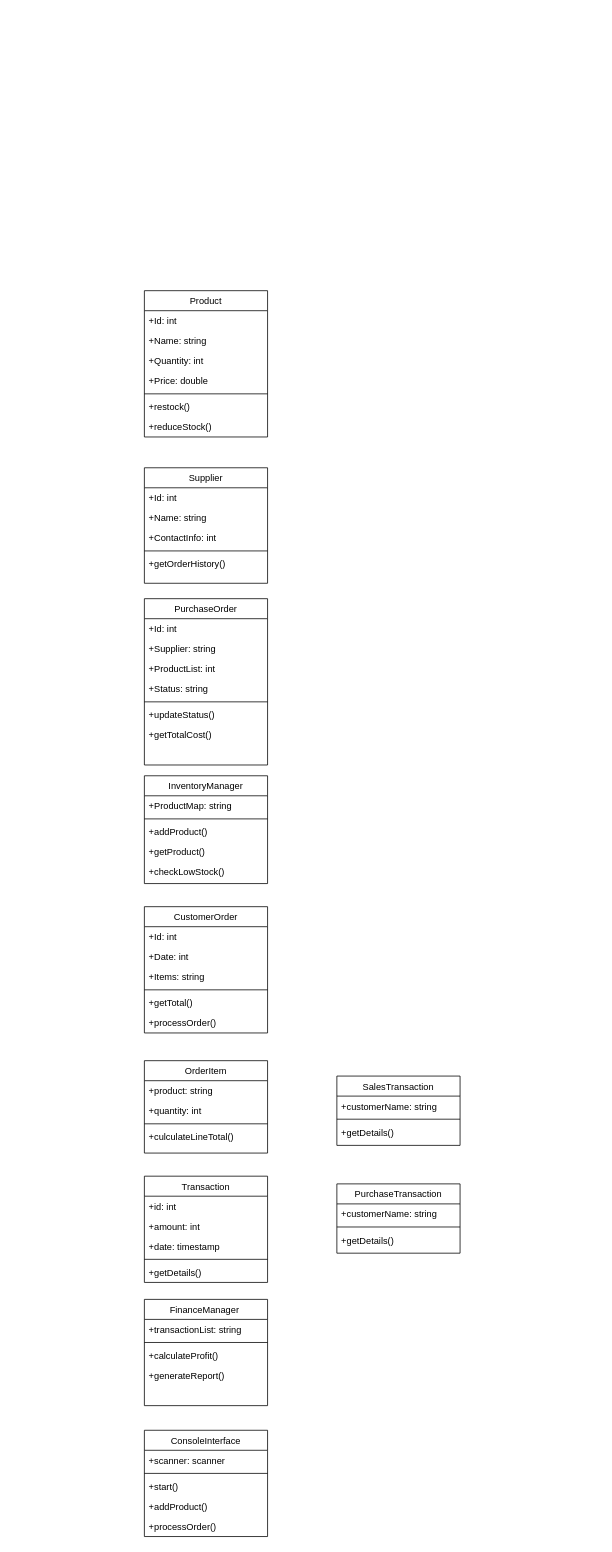
Before: UML Class Diagram.drawio in Elizabeth1420/object-oriented, a draw.io diagram. Source tidied: cells renumbered, new cells numbered last; positions are measured from the earlier drawing's top-left corner, leaving out a move shared by most shapes. Both pictures are drawn from the tidied source at 77%, with x=0, y=0 at pixel (144, 290).
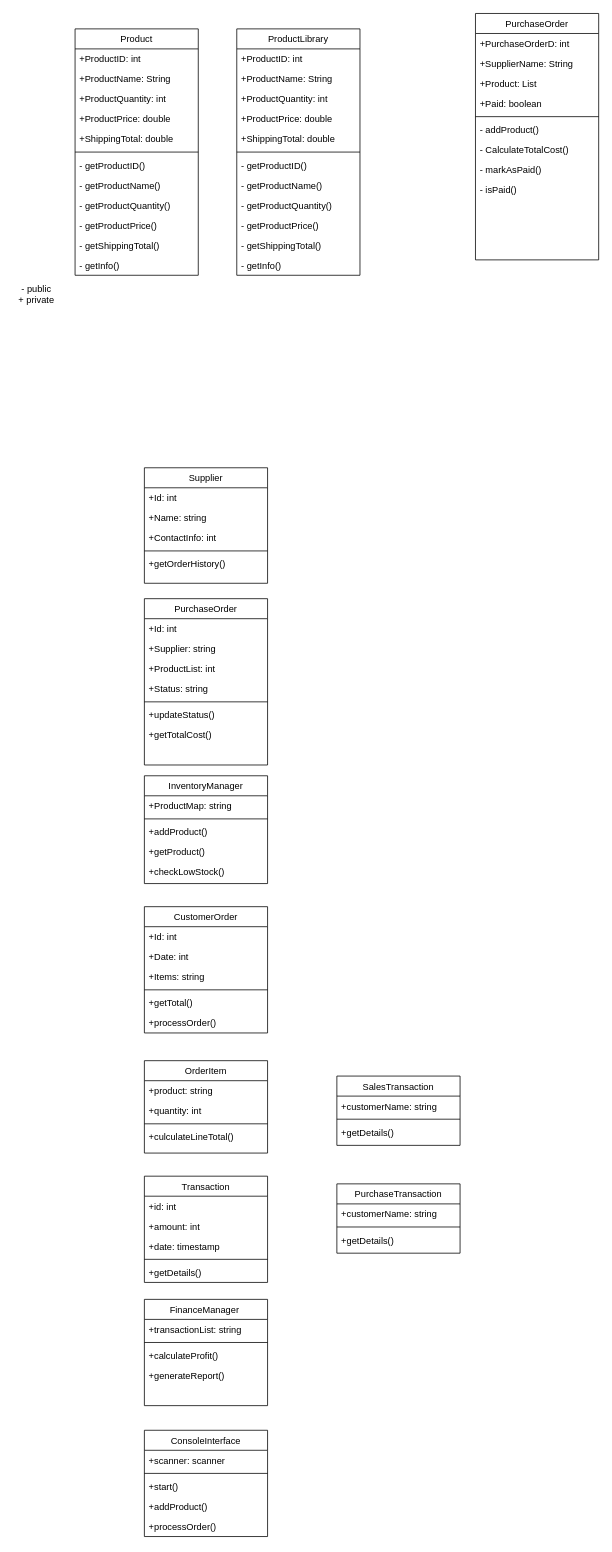
The same diagram, later.

The edit, as a diff of the source:
```diff
@@
     <mxCell id="2" value="Product" style="swimlane;fontStyle=0;align=center;verticalAlign=top;horizontal=1;startSize=26;rounded=0;shadow=0;strokeWidth=1;" parent="1" vertex="1">
-      <mxGeometry width="160" height="190" as="geometry" />
+      <mxGeometry x="-90" y="-340" width="160" height="320" as="geometry" />
     </mxCell>
-    <mxCell id="3" value="+Id: int" style="text;align=left;verticalAlign=top;spacingLeft=4;spacingRight=4;overflow=hidden;" parent="2" vertex="1">
+    <mxCell id="3" value="+ProductID: int" style="text;align=left;verticalAlign=top;spacingLeft=4;spacingRight=4;overflow=hidden;" parent="2" vertex="1">
       <mxGeometry y="26" width="160" height="26" as="geometry" />
     </mxCell>
-    <mxCell id="4" value="+Name: string" style="text;align=left;verticalAlign=top;spacingLeft=4;spacingRight=4;overflow=hidden;rounded=0;shadow=0;html=0;" parent="2" vertex="1">
+    <mxCell id="4" value="+ProductName: String" style="text;align=left;verticalAlign=top;spacingLeft=4;spacingRight=4;overflow=hidden;rounded=0;shadow=0;html=0;" parent="2" vertex="1">
       <mxGeometry y="52" width="160" height="26" as="geometry" />
     </mxCell>
-    <mxCell id="5" value="+Quantity: int&#10;" style="text;align=left;verticalAlign=top;spacingLeft=4;spacingRight=4;overflow=hidden;rounded=0;shadow=0;html=0;" parent="2" vertex="1">
+    <mxCell id="5" value="+ProductQuantity: int&#10;" style="text;align=left;verticalAlign=top;spacingLeft=4;spacingRight=4;overflow=hidden;rounded=0;shadow=0;html=0;" parent="2" vertex="1">
       <mxGeometry y="78" width="160" height="26" as="geometry" />
     </mxCell>
+    <mxCell id="67" value="+ProductPrice: double&#10;" style="text;align=left;verticalAlign=top;spacingLeft=4;spacingRight=4;overflow=hidden;rounded=0;shadow=0;html=0;" parent="2" vertex="1">
+      <mxGeometry y="104" width="160" height="26" as="geometry" />
+    </mxCell>
-    <mxCell id="6" value="+Price: double&#10;" style="text;align=left;verticalAlign=top;spacingLeft=4;spacingRight=4;overflow=hidden;rounded=0;shadow=0;html=0;" parent="2" vertex="1">
-      <mxGeometry y="104" width="160" height="26" as="geometry" />
+    <mxCell id="6" value="+ShippingTotal: double&#10;" style="text;align=left;verticalAlign=top;spacingLeft=4;spacingRight=4;overflow=hidden;rounded=0;shadow=0;html=0;" parent="2" vertex="1">
+      <mxGeometry y="130" width="160" height="26" as="geometry" />
     </mxCell>
     <mxCell id="7" style="line;html=1;strokeWidth=1;align=left;verticalAlign=middle;spacingTop=-1;spacingLeft=3;spacingRight=3;labelPosition=right;" parent="2" vertex="1">
-      <mxGeometry y="130" width="160" height="8" as="geometry" />
+      <mxGeometry y="156" width="160" height="8" as="geometry" />
     </mxCell>
-    <mxCell id="8" value="+restock()&#10;" style="text;align=left;verticalAlign=top;spacingLeft=4;spacingRight=4;overflow=hidden;" parent="2" vertex="1">
-      <mxGeometry y="138" width="160" height="26" as="geometry" />
+    <mxCell id="8" value="- getProductID()&#10;" style="text;align=left;verticalAlign=top;spacingLeft=4;spacingRight=4;overflow=hidden;" parent="2" vertex="1">
+      <mxGeometry y="164" width="160" height="26" as="geometry" />
     </mxCell>
+    <mxCell id="68" value="- getProductName()&#10;" style="text;align=left;verticalAlign=top;spacingLeft=4;spacingRight=4;overflow=hidden;" parent="2" vertex="1">
+      <mxGeometry y="190" width="160" height="26" as="geometry" />
+    </mxCell>
+    <mxCell id="69" value="- getProductQuantity()&#10;" style="text;align=left;verticalAlign=top;spacingLeft=4;spacingRight=4;overflow=hidden;" parent="2" vertex="1">
+      <mxGeometry y="216" width="160" height="26" as="geometry" />
+    </mxCell>
+    <mxCell id="70" value="- getProductPrice()&#10;" style="text;align=left;verticalAlign=top;spacingLeft=4;spacingRight=4;overflow=hidden;" parent="2" vertex="1">
+      <mxGeometry y="242" width="160" height="26" as="geometry" />
+    </mxCell>
+    <mxCell id="71" value="- getShippingTotal()&#10;" style="text;align=left;verticalAlign=top;spacingLeft=4;spacingRight=4;overflow=hidden;" parent="2" vertex="1">
+      <mxGeometry y="268" width="160" height="26" as="geometry" />
+    </mxCell>
-    <mxCell id="9" value="+reduceStock()&#10;" style="text;align=left;verticalAlign=top;spacingLeft=4;spacingRight=4;overflow=hidden;" parent="2" vertex="1">
-      <mxGeometry y="164" width="160" height="26" as="geometry" />
+    <mxCell id="9" value="- getInfo()&#10;" style="text;align=left;verticalAlign=top;spacingLeft=4;spacingRight=4;overflow=hidden;" parent="2" vertex="1">
+      <mxGeometry y="294" width="160" height="26" as="geometry" />
     </mxCell>
@@
+    <mxCell id="72" value="- public&lt;div&gt;+ private&lt;/div&gt;" style="text;html=1;align=center;verticalAlign=middle;whiteSpace=wrap;rounded=0;" parent="1" vertex="1">
+      <mxGeometry x="-170" y="-10" width="60" height="30" as="geometry" />
+    </mxCell>
+    <mxCell id="73" value="PurchaseOrder" style="swimlane;fontStyle=0;align=center;verticalAlign=top;horizontal=1;startSize=26;rounded=0;shadow=0;strokeWidth=1;" parent="1" vertex="1">
+      <mxGeometry x="430" y="-360" width="160" height="320" as="geometry" />
+    </mxCell>
+    <mxCell id="74" value="+PurchaseOrderD: int" style="text;align=left;verticalAlign=top;spacingLeft=4;spacingRight=4;overflow=hidden;" parent="73" vertex="1">
+      <mxGeometry y="26" width="160" height="26" as="geometry" />
+    </mxCell>
+    <mxCell id="75" value="+SupplierName: String" style="text;align=left;verticalAlign=top;spacingLeft=4;spacingRight=4;overflow=hidden;rounded=0;shadow=0;html=0;" parent="73" vertex="1">
+      <mxGeometry y="52" width="160" height="26" as="geometry" />
+    </mxCell>
+    <mxCell id="76" value="+Product: List&#10;" style="text;align=left;verticalAlign=top;spacingLeft=4;spacingRight=4;overflow=hidden;rounded=0;shadow=0;html=0;" parent="73" vertex="1">
+      <mxGeometry y="78" width="160" height="26" as="geometry" />
+    </mxCell>
+    <mxCell id="77" value="+Paid: boolean&#10;" style="text;align=left;verticalAlign=top;spacingLeft=4;spacingRight=4;overflow=hidden;rounded=0;shadow=0;html=0;" parent="73" vertex="1">
+      <mxGeometry y="104" width="160" height="26" as="geometry" />
+    </mxCell>
+    <mxCell id="78" style="line;html=1;strokeWidth=1;align=left;verticalAlign=middle;spacingTop=-1;spacingLeft=3;spacingRight=3;labelPosition=right;" parent="73" vertex="1">
+      <mxGeometry y="130" width="160" height="8" as="geometry" />
+    </mxCell>
+    <mxCell id="79" value="- addProduct()&#10;" style="text;align=left;verticalAlign=top;spacingLeft=4;spacingRight=4;overflow=hidden;" parent="73" vertex="1">
+      <mxGeometry y="138" width="160" height="26" as="geometry" />
+    </mxCell>
+    <mxCell id="80" value="- CalculateTotalCost()&#10;" style="text;align=left;verticalAlign=top;spacingLeft=4;spacingRight=4;overflow=hidden;" parent="73" vertex="1">
+      <mxGeometry y="164" width="160" height="26" as="geometry" />
+    </mxCell>
+    <mxCell id="81" value="- markAsPaid()&#10;" style="text;align=left;verticalAlign=top;spacingLeft=4;spacingRight=4;overflow=hidden;" parent="73" vertex="1">
+      <mxGeometry y="190" width="160" height="26" as="geometry" />
+    </mxCell>
+    <mxCell id="82" value="- isPaid()&#10;" style="text;align=left;verticalAlign=top;spacingLeft=4;spacingRight=4;overflow=hidden;" parent="73" vertex="1">
+      <mxGeometry y="216" width="160" height="26" as="geometry" />
+    </mxCell>
+    <mxCell id="83" value="ProductLibrary" style="swimlane;fontStyle=0;align=center;verticalAlign=top;horizontal=1;startSize=26;rounded=0;shadow=0;strokeWidth=1;" parent="1" vertex="1">
+      <mxGeometry x="120" y="-340" width="160" height="320" as="geometry" />
+    </mxCell>
+    <mxCell id="84" value="+ProductID: int" style="text;align=left;verticalAlign=top;spacingLeft=4;spacingRight=4;overflow=hidden;" parent="83" vertex="1">
+      <mxGeometry y="26" width="160" height="26" as="geometry" />
+    </mxCell>
+    <mxCell id="85" value="+ProductName: String" style="text;align=left;verticalAlign=top;spacingLeft=4;spacingRight=4;overflow=hidden;rounded=0;shadow=0;html=0;" parent="83" vertex="1">
+      <mxGeometry y="52" width="160" height="26" as="geometry" />
+    </mxCell>
+    <mxCell id="86" value="+ProductQuantity: int&#10;" style="text;align=left;verticalAlign=top;spacingLeft=4;spacingRight=4;overflow=hidden;rounded=0;shadow=0;html=0;" parent="83" vertex="1">
+      <mxGeometry y="78" width="160" height="26" as="geometry" />
+    </mxCell>
+    <mxCell id="87" value="+ProductPrice: double&#10;" style="text;align=left;verticalAlign=top;spacingLeft=4;spacingRight=4;overflow=hidden;rounded=0;shadow=0;html=0;" parent="83" vertex="1">
+      <mxGeometry y="104" width="160" height="26" as="geometry" />
+    </mxCell>
+    <mxCell id="88" value="+ShippingTotal: double&#10;" style="text;align=left;verticalAlign=top;spacingLeft=4;spacingRight=4;overflow=hidden;rounded=0;shadow=0;html=0;" parent="83" vertex="1">
+      <mxGeometry y="130" width="160" height="26" as="geometry" />
+    </mxCell>
+    <mxCell id="89" style="line;html=1;strokeWidth=1;align=left;verticalAlign=middle;spacingTop=-1;spacingLeft=3;spacingRight=3;labelPosition=right;" parent="83" vertex="1">
+      <mxGeometry y="156" width="160" height="8" as="geometry" />
+    </mxCell>
+    <mxCell id="90" value="- getProductID()&#10;" style="text;align=left;verticalAlign=top;spacingLeft=4;spacingRight=4;overflow=hidden;" parent="83" vertex="1">
+      <mxGeometry y="164" width="160" height="26" as="geometry" />
+    </mxCell>
+    <mxCell id="91" value="- getProductName()&#10;" style="text;align=left;verticalAlign=top;spacingLeft=4;spacingRight=4;overflow=hidden;" parent="83" vertex="1">
+      <mxGeometry y="190" width="160" height="26" as="geometry" />
+    </mxCell>
+    <mxCell id="92" value="- getProductQuantity()&#10;" style="text;align=left;verticalAlign=top;spacingLeft=4;spacingRight=4;overflow=hidden;" parent="83" vertex="1">
+      <mxGeometry y="216" width="160" height="26" as="geometry" />
+    </mxCell>
+    <mxCell id="93" value="- getProductPrice()&#10;" style="text;align=left;verticalAlign=top;spacingLeft=4;spacingRight=4;overflow=hidden;" parent="83" vertex="1">
+      <mxGeometry y="242" width="160" height="26" as="geometry" />
+    </mxCell>
+    <mxCell id="94" value="- getShippingTotal()&#10;" style="text;align=left;verticalAlign=top;spacingLeft=4;spacingRight=4;overflow=hidden;" parent="83" vertex="1">
+      <mxGeometry y="268" width="160" height="26" as="geometry" />
+    </mxCell>
+    <mxCell id="95" value="- getInfo()&#10;" style="text;align=left;verticalAlign=top;spacingLeft=4;spacingRight=4;overflow=hidden;" parent="83" vertex="1">
+      <mxGeometry y="294" width="160" height="26" as="geometry" />
+    </mxCell>
```
